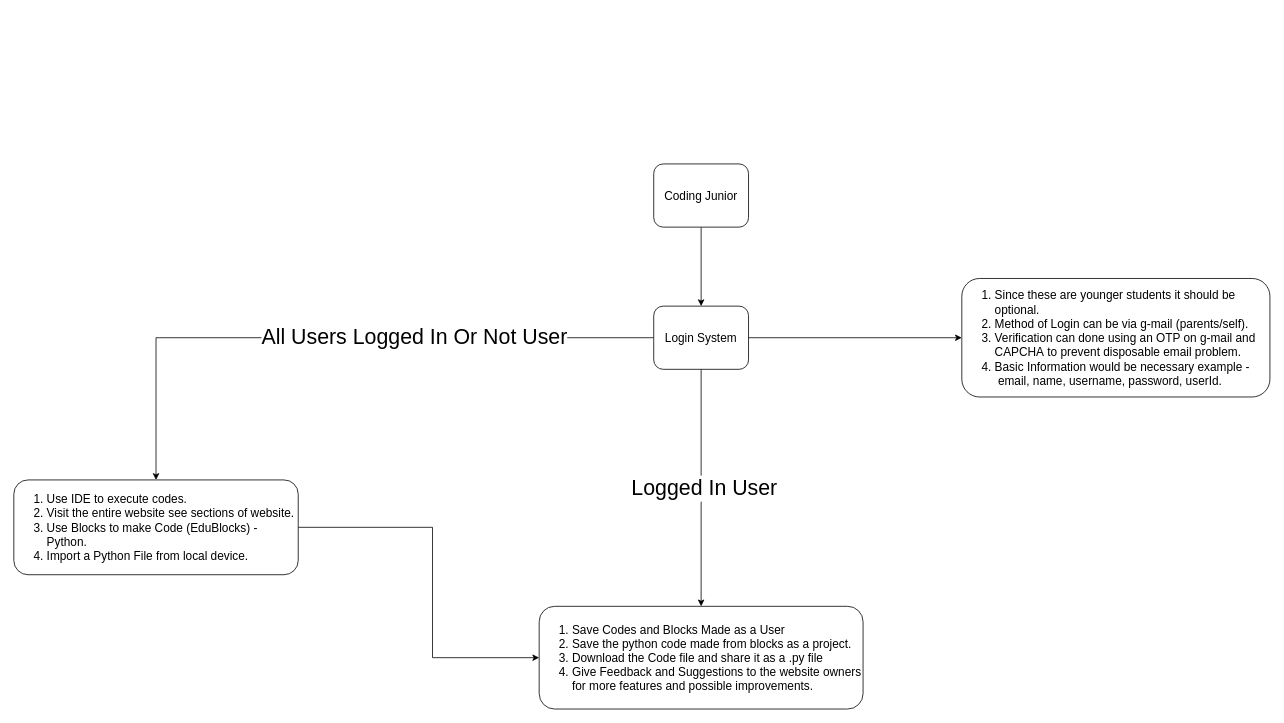
This is Untitled Diagram.drawio from MishraShardendu22-CP/Draw.io-ShardenduMishra, a draw.io file, before an edit. Source tidied: cells renumbered, new cells numbered last; positions are measured from the earlier drawing's top-left corner, leaving out a move shared by most shapes. Both pictures are drawn from the tidied source at 79%, with x=0, y=0 at pixel (13, 164).
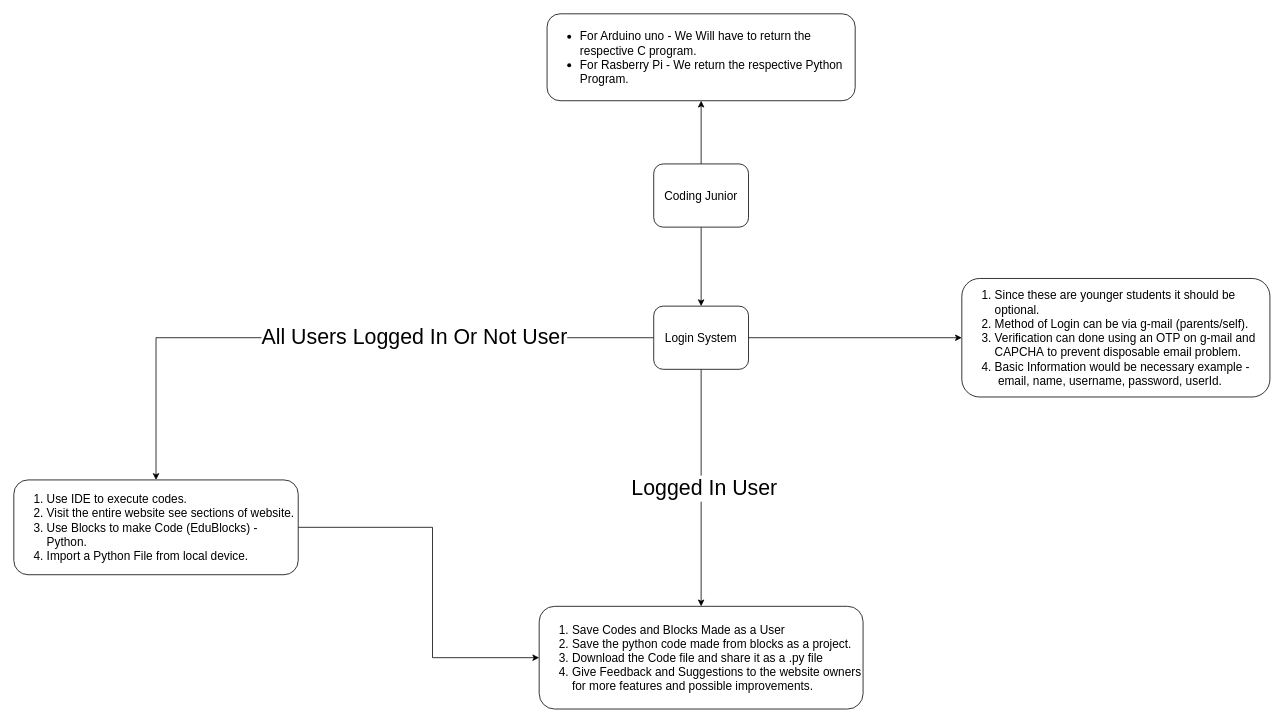
The same page after the edit.

What changed in the source:
```diff
@@
 <mxGraphModel>
   <root>
     <mxCell id="0" />
     <mxCell id="1" parent="0" />
     <mxCell id="2" style="edgeStyle=orthogonalEdgeStyle;rounded=0;jettySize=auto;html=1;" parent="1" edge="1" source="3" target="9">
       <mxGeometry relative="1" as="geometry" />
     </mxCell>
+    <mxCell id="14" style="edgeStyle=orthogonalEdgeStyle;rounded=0;jettySize=auto;html=1;" parent="1" edge="1" source="3" target="15">
+      <mxGeometry relative="1" as="geometry" />
+    </mxCell>
     <mxCell id="3" value="Coding Junior" style="rounded=1;whiteSpace=wrap;html=1;fontSize=15;" parent="1" vertex="1">
       <mxGeometry x="810" width="120" height="80" as="geometry" />
     </mxCell>
     <mxCell id="4" style="edgeStyle=orthogonalEdgeStyle;rounded=0;jettySize=auto;html=1;" parent="1" edge="1" source="9" target="10">
       <mxGeometry relative="1" as="geometry" />
     </mxCell>
     <mxCell id="5" style="edgeStyle=orthogonalEdgeStyle;rounded=0;jettySize=auto;html=1;" parent="1" edge="1" source="9" target="11">
       <mxGeometry relative="1" as="geometry" />
     </mxCell>
     <mxCell id="6" value="Logged In User" style="edgeLabel;html=1;align=center;verticalAlign=middle;fontSize=27;" parent="5" vertex="1">
       <mxGeometry y="3" relative="1" as="geometry" />
     </mxCell>
     <mxCell id="7" style="edgeStyle=orthogonalEdgeStyle;rounded=0;jettySize=auto;html=1;" parent="1" edge="1" source="9" target="13">
       <mxGeometry relative="1" as="geometry" />
     </mxCell>
     <mxCell id="8" value="&lt;span style=&quot;font-size: 27px;&quot;&gt;All Users Logged In Or Not User&lt;/span&gt;" style="edgeLabel;html=1;align=center;verticalAlign=middle;" parent="7" vertex="1">
       <mxGeometry x="-0.25" y="-1" relative="1" as="geometry" />
     </mxCell>
     <mxCell id="9" value="Login System" style="rounded=1;whiteSpace=wrap;html=1;fontSize=15;" parent="1" vertex="1">
       <mxGeometry x="810" y="180" width="120" height="80" as="geometry" />
     </mxCell>
     <mxCell id="10" value="&lt;ol&gt;&lt;li&gt;Since these are younger students it should be optional.&lt;/li&gt;&lt;li&gt;Method of Login can be via g-mail (parents/self).&lt;/li&gt;&lt;li&gt;Verification can done using an OTP on g-mail and CAPCHA&lt;span style=&quot;text-align: center; background-color: transparent; color: light-dark(rgb(0, 0, 0), rgb(255, 255, 255));&quot;&gt;&amp;nbsp;to prevent disposable email problem.&lt;/span&gt;&lt;/li&gt;&lt;li&gt;&lt;span style=&quot;text-align: center; background-color: transparent; color: light-dark(rgb(0, 0, 0), rgb(255, 255, 255));&quot;&gt;Basic Information would be necessary example -&amp;nbsp; &amp;nbsp; &amp;nbsp;email, name, username, password, userId.&lt;/span&gt;&lt;/li&gt;&lt;/ol&gt;" style="rounded=1;whiteSpace=wrap;html=1;fontSize=15;align=left;" parent="1" vertex="1">
       <mxGeometry x="1200" y="145" width="390" height="150" as="geometry" />
     </mxCell>
     <mxCell id="11" value="&lt;ol&gt;&lt;li&gt;Save Codes and Blocks Made as a User&amp;nbsp;&lt;/li&gt;&lt;li&gt;Save the python code made from blocks as a project.&lt;/li&gt;&lt;li&gt;Download the Code file and share it as a .py file&lt;/li&gt;&lt;li&gt;Give Feedback and Suggestions to the website owners for more features and possible improvements.&lt;/li&gt;&lt;/ol&gt;" style="whiteSpace=wrap;html=1;fontSize=15;rounded=1;align=left;" parent="1" vertex="1">
       <mxGeometry x="665" y="560" width="410" height="130" as="geometry" />
     </mxCell>
     <mxCell id="12" style="edgeStyle=orthogonalEdgeStyle;rounded=0;jettySize=auto;html=1;exitX=1;exitY=0.5;exitDx=0;exitDy=0;entryX=0;entryY=0.5;entryDx=0;entryDy=0;" parent="1" edge="1" source="13" target="11">
       <mxGeometry relative="1" as="geometry">
         <Array as="points">
           <mxPoint x="530" y="460" />
           <mxPoint x="530" y="625" />
         </Array>
       </mxGeometry>
     </mxCell>
     <mxCell id="13" value="&lt;ol&gt;&lt;li&gt;Use IDE to execute codes.&lt;/li&gt;&lt;li&gt;Visit the entire website see sections of website.&lt;/li&gt;&lt;li&gt;Use Blocks to make Code (EduBlocks) - Python.&lt;/li&gt;&lt;li&gt;Import a Python File from local device.&lt;/li&gt;&lt;/ol&gt;" style="whiteSpace=wrap;html=1;fontSize=15;rounded=1;align=left;" parent="1" vertex="1">
       <mxGeometry y="400" width="360" height="120" as="geometry" />
     </mxCell>
+    <mxCell id="15" value="&lt;ul&gt;&lt;li&gt;For Arduino uno -&amp;nbsp;&lt;span style=&quot;background-color: transparent; color: light-dark(rgb(0, 0, 0), rgb(255, 255, 255));&quot;&gt;We Will have to return the respective C program.&lt;/span&gt;&lt;/li&gt;&lt;li&gt;&lt;span style=&quot;background-color: transparent; color: light-dark(rgb(0, 0, 0), rgb(255, 255, 255));&quot;&gt;For Rasberry Pi - We return the respective Python Program.&amp;nbsp;&lt;/span&gt;&lt;/li&gt;&lt;/ul&gt;" style="rounded=1;whiteSpace=wrap;html=1;fontSize=15;align=left;" parent="1" vertex="1">
+      <mxGeometry x="675" y="-190" width="390" height="110" as="geometry" />
+    </mxCell>
   </root>
 </mxGraphModel>
```
